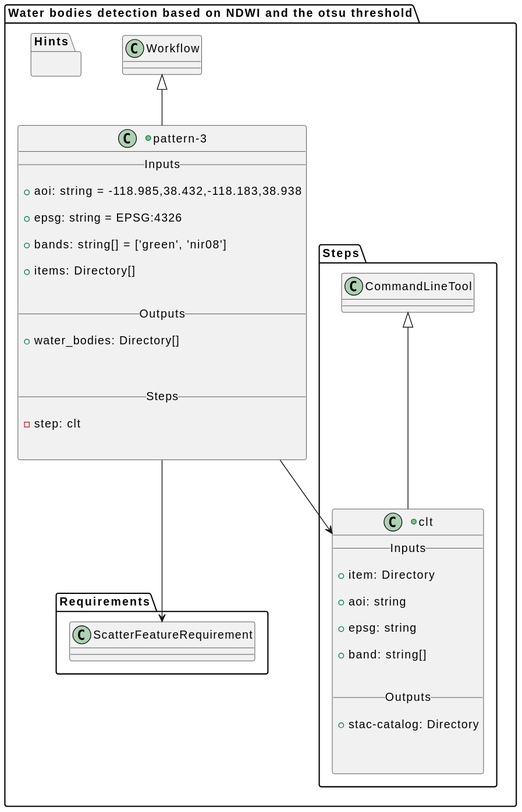
This is docs/pattern-3/class.svg from eoap/application-package-patterns, a PlantUML export, as it was before one commit.
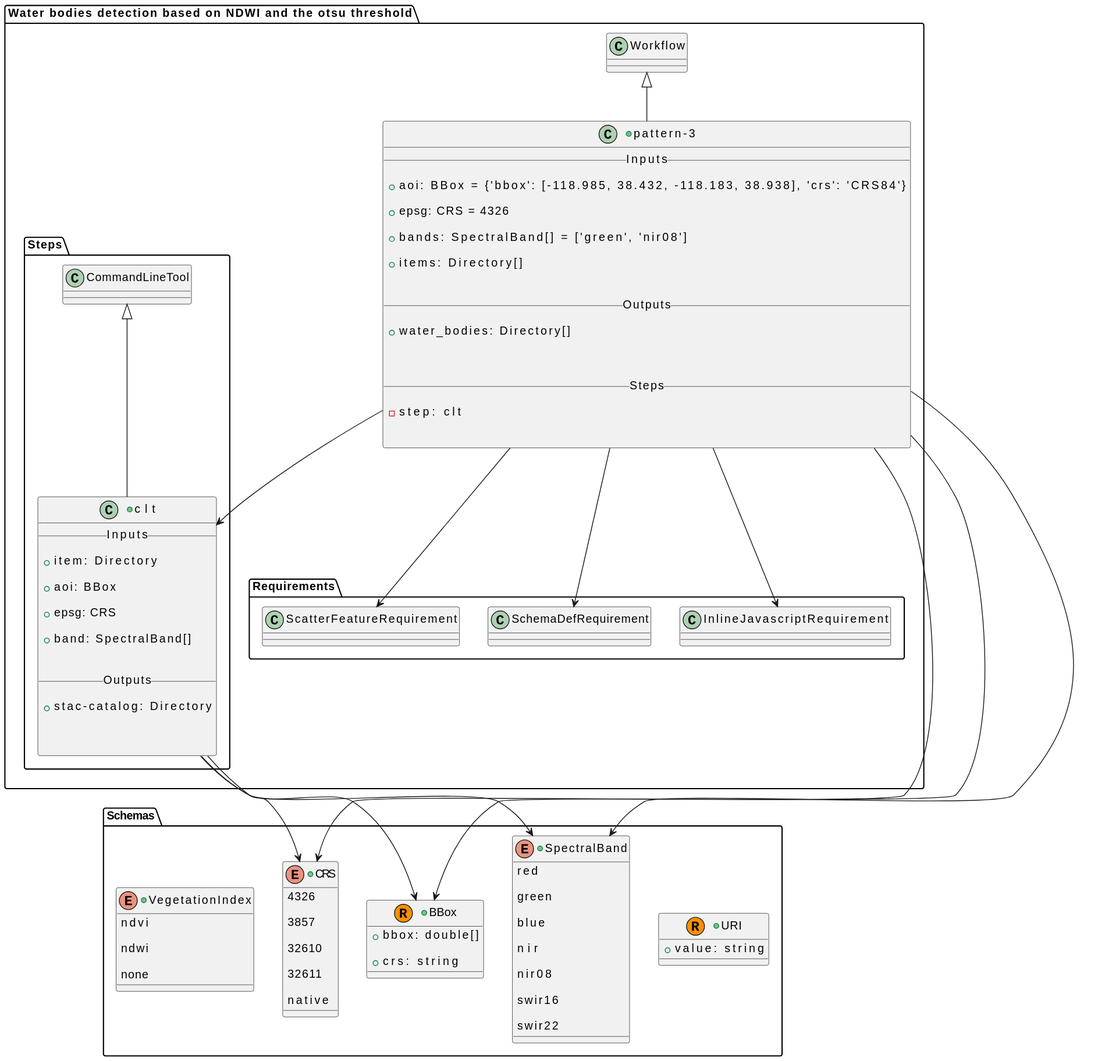
The same diagram one commit later.

The edit, as a diff of the source:
```diff
@@ -1,4 +1,28 @@
 @startuml
+            package "Schemas" {
+
+
+
+
+                        +record URI {
+
+        +value: string
+
+    }
+
+
+
+
+
+
+
+                        +record BBox {
+
+        +bbox: double[]
+
+        +crs: string
+
+    }
 
 
 
@@ -7,12 +31,58 @@
 
 
 
+                        +enum SpectralBand {
+
+        red
+
+        green
+
+        blue
+
+        nir
+
+        nir08
+
+        swir16
+
+        swir22
+
+    }
 
 
 
 
 
+                        +enum CRS {
 
+        4326
+
+        3857
+
+        32610
+
+        32611
+
+        native
+
+    }
+
+
+
+
+
+                        +enum VegetationIndex {
+
+        ndvi
+
+        ndwi
+
+        none
+
+    }
+
+
+            }
 
 
 
@@ -24,11 +94,11 @@
     +class "pattern-3" as Workflow_pattern_3 extends Workflow {
         __ Inputs __
 
-        + aoi: string = -118.985,38.432,-118.183,38.938
+        + aoi: BBox = {'bbox': [-118.985, 38.432, -118.183, 38.938], 'crs': 'CRS84'}
 
-        + epsg: string = EPSG:4326
+        + epsg: CRS = 4326
 
-        + bands: string[] = ['green', 'nir08']
+        + bands: SpectralBand[] = ['green', 'nir08']
 
         + items: Directory[]
 
@@ -48,12 +118,15 @@
 
 
 
+        Workflow_pattern_3 --> BBox
 
 
 
+        Workflow_pattern_3 --> CRS
 
 
 
+        Workflow_pattern_3 --> SpectralBand
 
 
 
@@ -73,11 +146,11 @@
 
         + item: Directory
 
-        + aoi: string
+        + aoi: BBox
 
-        + epsg: string
+        + epsg: CRS
 
-        + band: string[]
+        + band: SpectralBand[]
 
 
         __ Outputs __
@@ -93,6 +166,11 @@
 
 
 
+        CommandLineTool_clt --> BBox
+
+
+
+        CommandLineTool_clt --> CRS
 
 
 
@@ -100,9 +178,7 @@
 
 
 
-
-
-
+        CommandLineTool_clt --> SpectralBand
 
 
 Workflow_pattern_3 --> CommandLineTool_clt
@@ -119,15 +195,19 @@
         Workflow_pattern_3 --> ScatterFeatureRequirement
 
 
+
+        class InlineJavascriptRequirement
+        Workflow_pattern_3 --> InlineJavascriptRequirement
+
+
+
+        class SchemaDefRequirement
+        Workflow_pattern_3 --> SchemaDefRequirement
+
+
     }
 
 
 
-    package "Hints" {
-
-
-
-    }
-
 }
 @enduml
```
